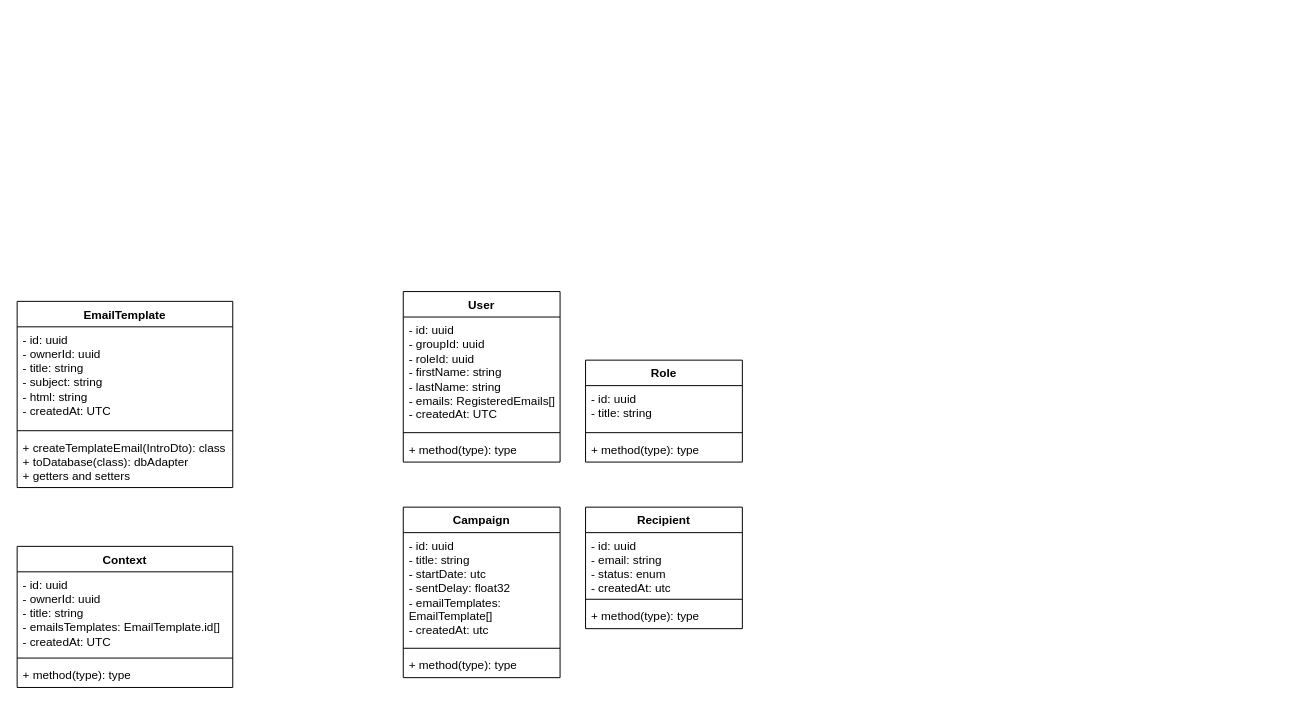
DDEUSM/email-service keeps this draw.io diagram as Diagrama sem nome.drawio. Above is the earlier version. Source tidied: cells renumbered, new cells numbered last; positions are measured from the earlier drawing's top-left corner, leaving out a move shared by most shapes. Both pictures are drawn from the tidied source at 98%, with x=0, y=0 at pixel (17, 291).
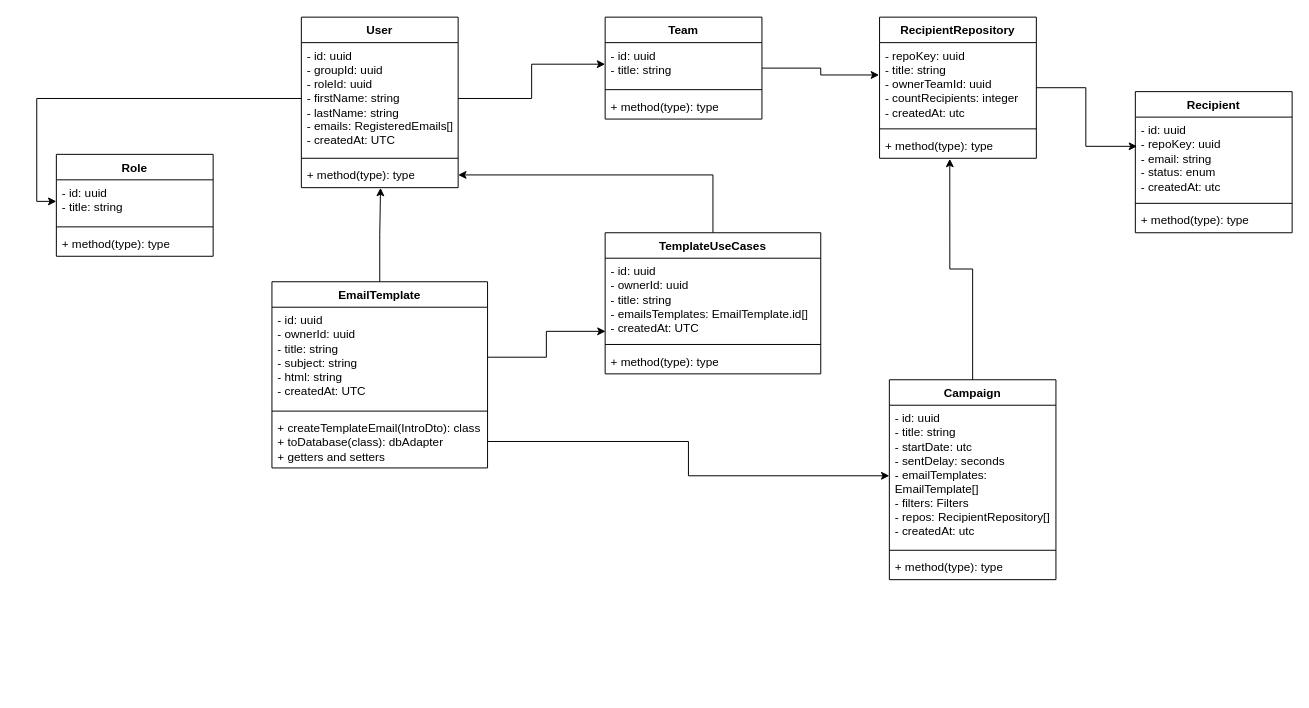
The same page after the edit.

Unchanged cells that the change refers to:
```xml
<mxCell id="3" value="- id: uuid&lt;div&gt;- ownerId: uuid&lt;/div&gt;&lt;div&gt;- title: string&lt;/div&gt;&lt;div&gt;- subject: string&lt;/div&gt;&lt;div&gt;- html: string&lt;/div&gt;&lt;div&gt;- createdAt: UTC&lt;/div&gt;" style="text;strokeColor=none;fillColor=none;align=left;verticalAlign=top;spacingLeft=4;spacingRight=4;overflow=hidden;points=[[0,0.5],[1,0.5]];portConstraint=eastwest;whiteSpace=wrap;html=1;" parent="2" vertex="1">
  <mxGeometry y="26" width="220" height="102" as="geometry" />
</mxCell>
<mxCell id="5" value="+ createTemplateEmail(IntroDto): class&lt;div&gt;+ toDatabase(class): dbAdapter&lt;/div&gt;&lt;div&gt;+ getters and setters&lt;/div&gt;" style="text;strokeColor=none;fillColor=none;align=left;verticalAlign=top;spacingLeft=4;spacingRight=4;overflow=hidden;points=[[0,0.5],[1,0.5]];portConstraint=eastwest;whiteSpace=wrap;html=1;" parent="2" vertex="1">
  <mxGeometry y="136" width="220" height="54" as="geometry" />
</mxCell>
<mxCell id="7" value="- id: uuid&lt;div&gt;- groupId: uuid&lt;/div&gt;&lt;div&gt;- roleId: uuid&lt;/div&gt;&lt;div&gt;- firstName: string&lt;/div&gt;&lt;div&gt;- lastName: string&lt;/div&gt;&lt;div&gt;- emails: RegisteredEmails[]&lt;/div&gt;&lt;div&gt;- createdAt: UTC&lt;/div&gt;" style="text;strokeColor=none;fillColor=none;align=left;verticalAlign=top;spacingLeft=4;spacingRight=4;overflow=hidden;points=[[0,0.5],[1,0.5]];portConstraint=eastwest;whiteSpace=wrap;html=1;" parent="6" vertex="1">
  <mxGeometry y="26" width="160" height="114" as="geometry" />
</mxCell>
<mxCell id="9" value="+ method(type): type" style="text;strokeColor=none;fillColor=none;align=left;verticalAlign=top;spacingLeft=4;spacingRight=4;overflow=hidden;points=[[0,0.5],[1,0.5]];portConstraint=eastwest;whiteSpace=wrap;html=1;" parent="6" vertex="1">
  <mxGeometry y="148" width="160" height="26" as="geometry" />
</mxCell>
<mxCell id="11" value="- id: uuid&lt;div&gt;- title: string&lt;/div&gt;" style="text;strokeColor=none;fillColor=none;align=left;verticalAlign=top;spacingLeft=4;spacingRight=4;overflow=hidden;points=[[0,0.5],[1,0.5]];portConstraint=eastwest;whiteSpace=wrap;html=1;" parent="10" vertex="1">
  <mxGeometry y="26" width="160" height="44" as="geometry" />
</mxCell>
<mxCell id="15" value="- id: uuid&lt;div&gt;- ownerId: uuid&lt;/div&gt;&lt;div&gt;- title: string&lt;/div&gt;&lt;div&gt;- emailsTemplates: EmailTemplate.id[]&lt;/div&gt;&lt;div&gt;- createdAt: UTC&lt;/div&gt;" style="text;strokeColor=none;fillColor=none;align=left;verticalAlign=top;spacingLeft=4;spacingRight=4;overflow=hidden;points=[[0,0.5],[1,0.5]];portConstraint=eastwest;whiteSpace=wrap;html=1;" parent="14" vertex="1">
  <mxGeometry y="26" width="220" height="84" as="geometry" />
</mxCell>
```

The edit, as a diff of the source:
```diff
@@
     <mxCell id="2" value="EmailTemplate" style="swimlane;fontStyle=1;align=center;verticalAlign=top;horizontal=1;startSize=26;whiteSpace=wrap;html=1;" parent="1" vertex="1">
-      <mxGeometry y="10" width="220" height="190" as="geometry" />
+      <mxGeometry x="260" y="-10" width="220" height="190" as="geometry" />
     </mxCell>
@@
     <mxCell id="6" value="User" style="swimlane;fontStyle=1;align=center;verticalAlign=top;horizontal=1;startSize=26;whiteSpace=wrap;html=1;" parent="1" vertex="1">
-      <mxGeometry x="394" width="160" height="174" as="geometry" />
+      <mxGeometry x="290" y="-280" width="160" height="174" as="geometry" />
     </mxCell>
@@
     <mxCell id="10" value="Role" style="swimlane;fontStyle=1;align=center;verticalAlign=top;horizontal=1;startSize=26;whiteSpace=wrap;html=1;" parent="1" vertex="1">
-      <mxGeometry x="580" y="70" width="160" height="104" as="geometry" />
+      <mxGeometry x="40" y="-140" width="160" height="104" as="geometry" />
     </mxCell>
@@
+    <mxCell id="26" style="edgeStyle=orthogonalEdgeStyle;rounded=0;jettySize=auto;html=1;" parent="1" edge="1" source="14" target="9">
+      <mxGeometry relative="1" as="geometry" />
+    </mxCell>
-    <mxCell id="14" value="Context&lt;div&gt;&lt;br&gt;&lt;/div&gt;" style="swimlane;fontStyle=1;align=center;verticalAlign=top;horizontal=1;startSize=26;whiteSpace=wrap;html=1;" parent="1" vertex="1">
-      <mxGeometry y="260" width="220" height="144" as="geometry" />
+    <mxCell id="14" value="&lt;div&gt;TemplateUseCases&lt;/div&gt;" style="swimlane;fontStyle=1;align=center;verticalAlign=top;horizontal=1;startSize=26;whiteSpace=wrap;html=1;" parent="1" vertex="1">
+      <mxGeometry x="600" y="-60" width="220" height="144" as="geometry" />
     </mxCell>
@@
     <mxCell id="18" value="Campaign" style="swimlane;fontStyle=1;align=center;verticalAlign=top;horizontal=1;startSize=26;whiteSpace=wrap;html=1;" parent="1" vertex="1">
-      <mxGeometry x="394" y="220" width="160" height="174" as="geometry" />
+      <mxGeometry x="890" y="90" width="170" height="204" as="geometry" />
     </mxCell>
-    <mxCell id="19" value="- id: uuid&lt;div&gt;- title: string&lt;/div&gt;&lt;div&gt;- startDate: utc&lt;/div&gt;&lt;div&gt;- sentDelay: float32&lt;/div&gt;&lt;div&gt;- emailTemplates: EmailTemplate[]&amp;nbsp;&lt;/div&gt;&lt;div&gt;- createdAt: utc&lt;/div&gt;" style="text;strokeColor=none;fillColor=none;align=left;verticalAlign=top;spacingLeft=4;spacingRight=4;overflow=hidden;points=[[0,0.5],[1,0.5]];portConstraint=eastwest;whiteSpace=wrap;html=1;" parent="18" vertex="1">
-      <mxGeometry y="26" width="160" height="114" as="geometry" />
+    <mxCell id="19" value="- id: uuid&lt;div&gt;- title: string&lt;/div&gt;&lt;div&gt;- startDate: utc&lt;/div&gt;&lt;div&gt;- sentDelay: seconds&lt;/div&gt;&lt;div&gt;- emailTemplates: EmailTemplate[]&lt;/div&gt;&lt;div&gt;- filters: Filters&lt;/div&gt;&lt;div&gt;- repos: RecipientRepository[]&lt;/div&gt;&lt;div&gt;- createdAt: utc&lt;/div&gt;" style="text;strokeColor=none;fillColor=none;align=left;verticalAlign=top;spacingLeft=4;spacingRight=4;overflow=hidden;points=[[0,0.5],[1,0.5]];portConstraint=eastwest;whiteSpace=wrap;html=1;" parent="18" vertex="1">
+      <mxGeometry y="26" width="170" height="144" as="geometry" />
     </mxCell>
     <mxCell id="20" style="line;strokeWidth=1;fillColor=none;align=left;verticalAlign=middle;spacingTop=-1;spacingLeft=3;spacingRight=3;labelPosition=right;strokeColor=inherit;" parent="18" vertex="1">
-      <mxGeometry y="140" width="160" height="8" as="geometry" />
+      <mxGeometry y="170" width="170" height="8" as="geometry" />
     </mxCell>
     <mxCell id="21" value="+ method(type): type" style="text;strokeColor=none;fillColor=none;align=left;verticalAlign=top;spacingLeft=4;spacingRight=4;overflow=hidden;whiteSpace=wrap;html=1;" parent="18" vertex="1">
-      <mxGeometry y="148" width="160" height="26" as="geometry" />
+      <mxGeometry y="178" width="170" height="26" as="geometry" />
     </mxCell>
     <mxCell id="22" value="Recipient" style="swimlane;fontStyle=1;align=center;verticalAlign=top;horizontal=1;startSize=26;whiteSpace=wrap;html=1;" parent="1" vertex="1">
-      <mxGeometry x="580" y="220" width="160" height="124" as="geometry" />
+      <mxGeometry x="1141" y="-204" width="160" height="144" as="geometry" />
     </mxCell>
-    <mxCell id="23" value="- id: uuid&lt;div&gt;- email: string&lt;/div&gt;&lt;div&gt;- status: enum&lt;/div&gt;&lt;div&gt;- createdAt: utc&lt;/div&gt;" style="text;strokeColor=none;fillColor=none;align=left;verticalAlign=top;spacingLeft=4;spacingRight=4;overflow=hidden;points=[[0,0.5],[1,0.5]];portConstraint=eastwest;whiteSpace=wrap;html=1;" parent="22" vertex="1">
-      <mxGeometry y="26" width="160" height="64" as="geometry" />
+    <mxCell id="23" value="- id: uuid&lt;div&gt;- repoKey: uuid&lt;br&gt;&lt;div&gt;- email: string&lt;/div&gt;&lt;div&gt;- status: enum&lt;/div&gt;&lt;div&gt;- createdAt: utc&lt;/div&gt;&lt;/div&gt;" style="text;strokeColor=none;fillColor=none;align=left;verticalAlign=top;spacingLeft=4;spacingRight=4;overflow=hidden;points=[[0,0.5],[1,0.5]];portConstraint=eastwest;whiteSpace=wrap;html=1;" parent="22" vertex="1">
+      <mxGeometry y="26" width="160" height="84" as="geometry" />
     </mxCell>
     <mxCell id="24" style="line;strokeWidth=1;fillColor=none;align=left;verticalAlign=middle;spacingTop=-1;spacingLeft=3;spacingRight=3;labelPosition=right;strokeColor=inherit;" parent="22" vertex="1">
-      <mxGeometry y="90" width="160" height="8" as="geometry" />
+      <mxGeometry y="110" width="160" height="8" as="geometry" />
     </mxCell>
     <mxCell id="25" value="+ method(type): type" style="text;strokeColor=none;fillColor=none;align=left;verticalAlign=top;spacingLeft=4;spacingRight=4;overflow=hidden;whiteSpace=wrap;html=1;" parent="22" vertex="1">
-      <mxGeometry y="98" width="160" height="26" as="geometry" />
+      <mxGeometry y="118" width="160" height="26" as="geometry" />
     </mxCell>
+    <mxCell id="27" value="Team" style="swimlane;fontStyle=1;align=center;verticalAlign=top;horizontal=1;startSize=26;whiteSpace=wrap;html=1;" parent="1" vertex="1">
+      <mxGeometry x="600" y="-280" width="160" height="104" as="geometry" />
+    </mxCell>
+    <mxCell id="28" value="- id: uuid&lt;div&gt;- title: string&lt;/div&gt;" style="text;strokeColor=none;fillColor=none;align=left;verticalAlign=top;spacingLeft=4;spacingRight=4;overflow=hidden;points=[[0,0.5],[1,0.5]];portConstraint=eastwest;whiteSpace=wrap;html=1;" parent="27" vertex="1">
+      <mxGeometry y="26" width="160" height="44" as="geometry" />
+    </mxCell>
+    <mxCell id="29" style="line;strokeWidth=1;fillColor=none;align=left;verticalAlign=middle;spacingTop=-1;spacingLeft=3;spacingRight=3;labelPosition=right;strokeColor=inherit;" parent="27" vertex="1">
+      <mxGeometry y="70" width="160" height="8" as="geometry" />
+    </mxCell>
+    <mxCell id="30" value="+ method(type): type" style="text;strokeColor=none;fillColor=none;align=left;verticalAlign=top;spacingLeft=4;spacingRight=4;overflow=hidden;whiteSpace=wrap;html=1;" parent="27" vertex="1">
+      <mxGeometry y="78" width="160" height="26" as="geometry" />
+    </mxCell>
+    <mxCell id="31" value="RecipientRepository" style="swimlane;fontStyle=1;align=center;verticalAlign=top;horizontal=1;startSize=26;whiteSpace=wrap;html=1;" parent="1" vertex="1">
+      <mxGeometry x="880" y="-280" width="160" height="144" as="geometry" />
+    </mxCell>
+    <mxCell id="32" value="- repoKey: uuid&lt;div&gt;- title: string&lt;br&gt;&lt;div&gt;- ownerTeamId: uuid&lt;/div&gt;&lt;div&gt;- countRecipients: integer&lt;/div&gt;&lt;div&gt;- createdAt: utc&lt;/div&gt;&lt;/div&gt;" style="text;strokeColor=none;fillColor=none;align=left;verticalAlign=top;spacingLeft=4;spacingRight=4;overflow=hidden;points=[[0,0.5],[1,0.5]];portConstraint=eastwest;whiteSpace=wrap;html=1;" parent="31" vertex="1">
+      <mxGeometry y="26" width="160" height="84" as="geometry" />
+    </mxCell>
+    <mxCell id="33" style="line;strokeWidth=1;fillColor=none;align=left;verticalAlign=middle;spacingTop=-1;spacingLeft=3;spacingRight=3;labelPosition=right;strokeColor=inherit;" parent="31" vertex="1">
+      <mxGeometry y="110" width="160" height="8" as="geometry" />
+    </mxCell>
+    <mxCell id="34" value="+ method(type): type" style="text;strokeColor=none;fillColor=none;align=left;verticalAlign=top;spacingLeft=4;spacingRight=4;overflow=hidden;points=[[0,0.5],[1,0.5]];portConstraint=eastwest;whiteSpace=wrap;html=1;" parent="31" vertex="1">
+      <mxGeometry y="118" width="160" height="26" as="geometry" />
+    </mxCell>
+    <mxCell id="35" style="edgeStyle=orthogonalEdgeStyle;rounded=0;jettySize=auto;html=1;exitX=1;exitY=0.5;exitDx=0;exitDy=0;entryX=0;entryY=0.5;entryDx=0;entryDy=0;" parent="1" edge="1" source="7" target="28">
+      <mxGeometry relative="1" as="geometry" />
+    </mxCell>
+    <mxCell id="36" style="edgeStyle=orthogonalEdgeStyle;rounded=0;jettySize=auto;html=1;entryX=0;entryY=0.5;entryDx=0;entryDy=0;" parent="1" edge="1" source="7" target="11">
+      <mxGeometry relative="1" as="geometry" />
+    </mxCell>
+    <mxCell id="37" style="edgeStyle=orthogonalEdgeStyle;rounded=0;jettySize=auto;html=1;entryX=0.505;entryY=1.008;entryDx=0;entryDy=0;entryPerimeter=0;" parent="1" edge="1" source="2" target="9">
+      <mxGeometry relative="1" as="geometry" />
+    </mxCell>
+    <mxCell id="38" style="edgeStyle=orthogonalEdgeStyle;rounded=0;jettySize=auto;html=1;entryX=0.002;entryY=0.888;entryDx=0;entryDy=0;entryPerimeter=0;" parent="1" edge="1" source="3" target="15">
+      <mxGeometry relative="1" as="geometry" />
+    </mxCell>
+    <mxCell id="39" style="edgeStyle=orthogonalEdgeStyle;rounded=0;jettySize=auto;html=1;entryX=-0.003;entryY=0.393;entryDx=0;entryDy=0;entryPerimeter=0;" parent="1" edge="1" source="27" target="32">
+      <mxGeometry relative="1" as="geometry" />
+    </mxCell>
+    <mxCell id="40" style="edgeStyle=orthogonalEdgeStyle;rounded=0;jettySize=auto;html=1;entryX=0.011;entryY=0.355;entryDx=0;entryDy=0;entryPerimeter=0;" parent="1" edge="1" source="31" target="23">
+      <mxGeometry relative="1" as="geometry" />
+    </mxCell>
+    <mxCell id="41" style="edgeStyle=orthogonalEdgeStyle;rounded=0;jettySize=auto;html=1;entryX=0.448;entryY=1.023;entryDx=0;entryDy=0;entryPerimeter=0;" parent="1" edge="1" source="18" target="34">
+      <mxGeometry relative="1" as="geometry" />
+    </mxCell>
+    <mxCell id="42" style="edgeStyle=orthogonalEdgeStyle;rounded=0;jettySize=auto;html=1;" parent="1" edge="1" source="5" target="19">
+      <mxGeometry relative="1" as="geometry" />
+    </mxCell>
```
